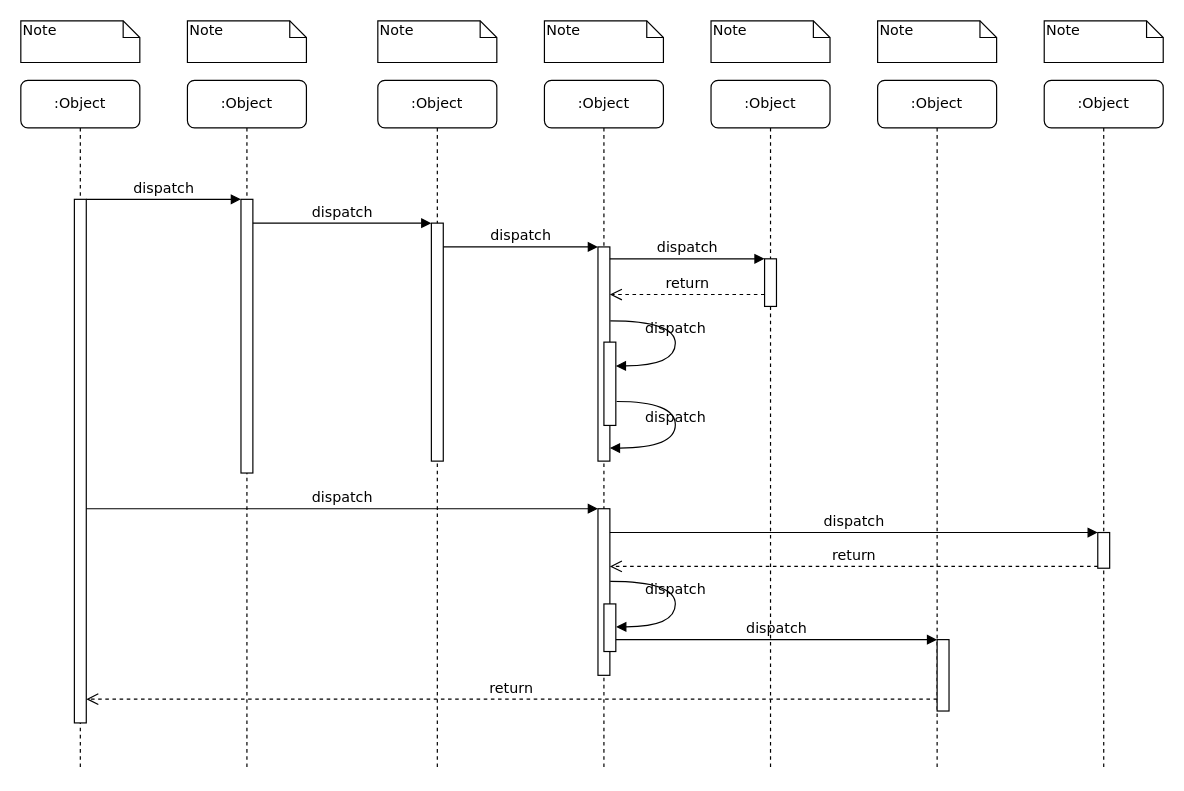
This is graduation_project_sequence_image.drawio from Kakoyi945/cloud, a draw.io file, before an edit. Source tidied: cells renumbered, new cells numbered last; positions are measured from the earlier drawing's top-left corner, leaving out a move shared by most shapes. Both pictures are drawn from the tidied source at 119%, with x=0, y=0 at pixel (20, 20).
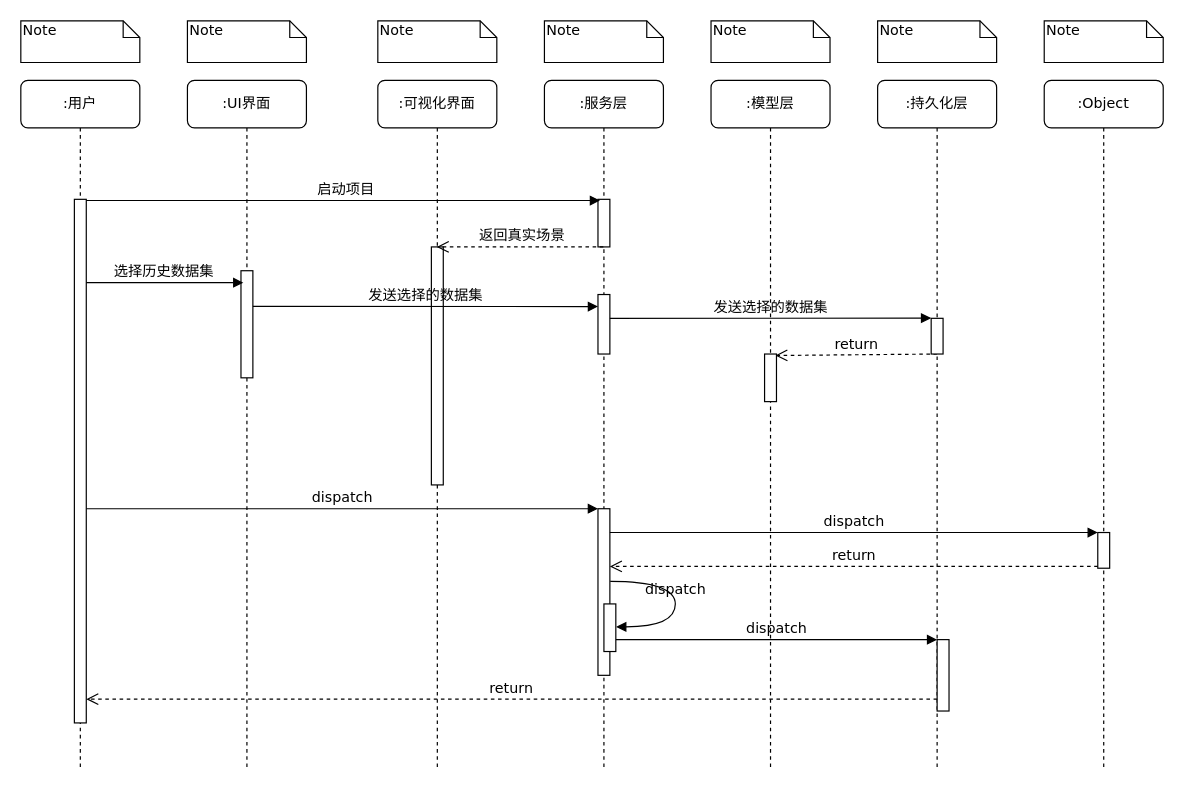
Above is the later version.

Unchanged cells that the change refers to:
```xml
<mxCell id="11" style="html=1;points=[];perimeter=orthogonalPerimeter;rounded=0;shadow=0;comic=0;labelBackgroundColor=none;strokeWidth=1;fontFamily=Verdana;fontSize=12;align=center;" parent="10" vertex="1">
  <mxGeometry x="45" y="100" width="10" height="440" as="geometry" />
</mxCell>
```

What changed in the source:
```diff
@@
-    <mxCell id="2" value=":Object" style="shape=umlLifeline;perimeter=lifelinePerimeter;whiteSpace=wrap;html=1;rounded=1;shadow=0;comic=0;labelBackgroundColor=none;strokeWidth=1;fontFamily=Verdana;fontSize=12;align=center;" parent="1" vertex="1">
+    <mxCell id="2" value=":UI界面" style="shape=umlLifeline;perimeter=lifelinePerimeter;whiteSpace=wrap;html=1;rounded=1;shadow=0;comic=0;labelBackgroundColor=none;strokeWidth=1;fontFamily=Verdana;fontSize=12;align=center;" parent="1" vertex="1">
       <mxGeometry x="140" y="50" width="100" height="580" as="geometry" />
     </mxCell>
     <mxCell id="3" style="html=1;points=[];perimeter=orthogonalPerimeter;rounded=0;shadow=0;comic=0;labelBackgroundColor=none;strokeWidth=1;fontFamily=Verdana;fontSize=12;align=center;" parent="2" vertex="1">
-      <mxGeometry x="45" y="100" width="10" height="230" as="geometry" />
+      <mxGeometry x="45" y="160" width="10" height="90" as="geometry" />
     </mxCell>
+    <mxCell id="39" value="选择历史数据集" style="html=1;verticalAlign=bottom;endArrow=block;labelBackgroundColor=none;fontFamily=Verdana;fontSize=12;edgeStyle=elbowEdgeStyle;elbow=vertical;entryX=0.197;entryY=0.106;entryDx=0;entryDy=0;entryPerimeter=0;" parent="2" edge="1" target="3">
+      <mxGeometry relative="1" as="geometry">
+        <mxPoint x="-87" y="170" as="sourcePoint" />
+      </mxGeometry>
+    </mxCell>
-    <mxCell id="4" value=":Object" style="shape=umlLifeline;perimeter=lifelinePerimeter;whiteSpace=wrap;html=1;outlineConnect=0;rounded=1;shadow=0;comic=0;labelBackgroundColor=none;strokeWidth=1;fontFamily=Verdana;fontSize=12;align=center;" parent="1" vertex="1">
+    <mxCell id="4" value=":可视化界面" style="shape=umlLifeline;perimeter=lifelinePerimeter;whiteSpace=wrap;html=1;outlineConnect=0;rounded=1;shadow=0;comic=0;labelBackgroundColor=none;strokeWidth=1;fontFamily=Verdana;fontSize=12;align=center;" parent="1" vertex="1">
       <mxGeometry x="300" y="50" width="100" height="580" as="geometry" />
     </mxCell>
     <mxCell id="5" style="html=1;points=[];perimeter=orthogonalPerimeter;rounded=0;shadow=0;comic=0;labelBackgroundColor=none;strokeWidth=1;fontFamily=Verdana;fontSize=12;align=center;" parent="4" vertex="1">
-      <mxGeometry x="45" y="120" width="10" height="200" as="geometry" />
+      <mxGeometry x="45" y="140" width="10" height="200" as="geometry" />
     </mxCell>
-    <mxCell id="6" value=":Object" style="shape=umlLifeline;perimeter=lifelinePerimeter;whiteSpace=wrap;html=1;outlineConnect=0;rounded=1;shadow=0;comic=0;labelBackgroundColor=none;strokeWidth=1;fontFamily=Verdana;fontSize=12;align=center;" parent="1" vertex="1">
+    <mxCell id="6" value=":服务层" style="shape=umlLifeline;perimeter=lifelinePerimeter;whiteSpace=wrap;html=1;outlineConnect=0;rounded=1;shadow=0;comic=0;labelBackgroundColor=none;strokeWidth=1;fontFamily=Verdana;fontSize=12;align=center;" parent="1" vertex="1">
       <mxGeometry x="440" y="50" width="100" height="580" as="geometry" />
     </mxCell>
+    <mxCell id="12" style="html=1;points=[];perimeter=orthogonalPerimeter;rounded=0;shadow=0;comic=0;labelBackgroundColor=none;strokeWidth=1;fontFamily=Verdana;fontSize=12;align=center;" parent="6" vertex="1">
+      <mxGeometry x="45" y="100" width="10" height="40" as="geometry" />
+    </mxCell>
+    <mxCell id="40" style="html=1;points=[];perimeter=orthogonalPerimeter;rounded=0;shadow=0;comic=0;labelBackgroundColor=none;strokeWidth=1;fontFamily=Verdana;fontSize=12;align=center;" parent="6" vertex="1">
+      <mxGeometry x="45" y="180" width="10" height="50" as="geometry" />
+    </mxCell>
+    <mxCell id="16" value="return" style="html=1;verticalAlign=bottom;endArrow=open;dashed=1;endSize=8;exitX=0;exitY=0.95;labelBackgroundColor=none;fontFamily=Verdana;fontSize=12;entryX=0.906;entryY=0.031;entryDx=0;entryDy=0;entryPerimeter=0;" parent="6" edge="1" target="14">
+      <mxGeometry relative="1" as="geometry">
+        <mxPoint x="330" y="230" as="sourcePoint" />
+      </mxGeometry>
+    </mxCell>
-    <mxCell id="7" value=":Object" style="shape=umlLifeline;perimeter=lifelinePerimeter;whiteSpace=wrap;html=1;rounded=1;shadow=0;comic=0;labelBackgroundColor=none;strokeWidth=1;fontFamily=Verdana;fontSize=12;align=center;" parent="1" vertex="1">
+    <mxCell id="7" value=":模型层" style="shape=umlLifeline;perimeter=lifelinePerimeter;whiteSpace=wrap;html=1;rounded=1;shadow=0;comic=0;labelBackgroundColor=none;strokeWidth=1;fontFamily=Verdana;fontSize=12;align=center;" parent="1" vertex="1">
       <mxGeometry x="580" y="50" width="100" height="580" as="geometry" />
     </mxCell>
+    <mxCell id="14" style="html=1;points=[];perimeter=orthogonalPerimeter;rounded=0;shadow=0;comic=0;labelBackgroundColor=none;strokeWidth=1;fontFamily=Verdana;fontSize=12;align=center;" parent="7" vertex="1">
+      <mxGeometry x="45" y="230" width="10" height="40" as="geometry" />
+    </mxCell>
-    <mxCell id="8" value=":Object" style="shape=umlLifeline;perimeter=lifelinePerimeter;whiteSpace=wrap;html=1;rounded=1;shadow=0;comic=0;labelBackgroundColor=none;strokeWidth=1;fontFamily=Verdana;fontSize=12;align=center;" parent="1" vertex="1">
+    <mxCell id="8" value=":持久化层" style="shape=umlLifeline;perimeter=lifelinePerimeter;whiteSpace=wrap;html=1;rounded=1;shadow=0;comic=0;labelBackgroundColor=none;strokeWidth=1;fontFamily=Verdana;fontSize=12;align=center;" parent="1" vertex="1">
       <mxGeometry x="720" y="50" width="100" height="580" as="geometry" />
     </mxCell>
+    <mxCell id="41" style="html=1;points=[];perimeter=orthogonalPerimeter;rounded=0;shadow=0;comic=0;labelBackgroundColor=none;strokeWidth=1;fontFamily=Verdana;fontSize=12;align=center;" parent="8" vertex="1">
+      <mxGeometry x="45" y="200" width="10" height="30" as="geometry" />
+    </mxCell>
@@
-    <mxCell id="10" value=":Object" style="shape=umlLifeline;perimeter=lifelinePerimeter;whiteSpace=wrap;html=1;rounded=1;shadow=0;comic=0;labelBackgroundColor=none;strokeWidth=1;fontFamily=Verdana;fontSize=12;align=center;" parent="1" vertex="1">
+    <mxCell id="10" value=":用户" style="shape=umlLifeline;perimeter=lifelinePerimeter;whiteSpace=wrap;html=1;rounded=1;shadow=0;comic=0;labelBackgroundColor=none;strokeWidth=1;fontFamily=Verdana;fontSize=12;align=center;" parent="1" vertex="1">
       <mxGeometry y="50" width="100" height="580" as="geometry" />
     </mxCell>
@@
-    <mxCell id="12" style="html=1;points=[];perimeter=orthogonalPerimeter;rounded=0;shadow=0;comic=0;labelBackgroundColor=none;strokeWidth=1;fontFamily=Verdana;fontSize=12;align=center;" parent="1" vertex="1">
-      <mxGeometry x="485" y="190" width="10" height="180" as="geometry" />
-    </mxCell>
-    <mxCell id="13" value="dispatch" style="html=1;verticalAlign=bottom;endArrow=block;labelBackgroundColor=none;fontFamily=Verdana;fontSize=12;edgeStyle=elbowEdgeStyle;elbow=vertical;" parent="1" edge="1" source="5" target="12">
-      <mxGeometry relative="1" as="geometry">
-        <Array as="points">
-          <mxPoint x="360" y="190" />
-        </Array>
-      </mxGeometry>
-    </mxCell>
-    <mxCell id="14" style="html=1;points=[];perimeter=orthogonalPerimeter;rounded=0;shadow=0;comic=0;labelBackgroundColor=none;strokeWidth=1;fontFamily=Verdana;fontSize=12;align=center;" parent="1" vertex="1">
-      <mxGeometry x="625" y="200" width="10" height="40" as="geometry" />
-    </mxCell>
-    <mxCell id="15" value="dispatch" style="html=1;verticalAlign=bottom;endArrow=block;entryX=0;entryY=0;labelBackgroundColor=none;fontFamily=Verdana;fontSize=12;edgeStyle=elbowEdgeStyle;elbow=vertical;" parent="1" edge="1" source="12" target="14">
-      <mxGeometry relative="1" as="geometry" />
-    </mxCell>
-    <mxCell id="16" value="return" style="html=1;verticalAlign=bottom;endArrow=open;dashed=1;endSize=8;labelBackgroundColor=none;fontFamily=Verdana;fontSize=12;edgeStyle=elbowEdgeStyle;elbow=vertical;" parent="1" edge="1" source="14" target="12">
-      <mxGeometry relative="1" as="geometry">
-        <Array as="points">
-          <mxPoint x="570" y="230" />
-          <mxPoint x="600" y="230" />
-        </Array>
-      </mxGeometry>
-    </mxCell>
@@
-    <mxCell id="25" value="dispatch" style="html=1;verticalAlign=bottom;endArrow=block;entryX=0;entryY=0;labelBackgroundColor=none;fontFamily=Verdana;fontSize=12;edgeStyle=elbowEdgeStyle;elbow=vertical;" parent="1" edge="1" source="11" target="3">
-      <mxGeometry relative="1" as="geometry" />
+    <mxCell id="25" value="启动项目" style="html=1;verticalAlign=bottom;endArrow=block;labelBackgroundColor=none;fontFamily=Verdana;fontSize=12;edgeStyle=elbowEdgeStyle;elbow=vertical;entryX=0.171;entryY=0.013;entryDx=0;entryDy=0;entryPerimeter=0;" parent="1" edge="1" source="11" target="12">
+      <mxGeometry x="0.01" relative="1" as="geometry" />
     </mxCell>
-    <mxCell id="26" value="dispatch" style="html=1;verticalAlign=bottom;endArrow=block;entryX=0;entryY=0;labelBackgroundColor=none;fontFamily=Verdana;fontSize=12;edgeStyle=elbowEdgeStyle;elbow=vertical;" parent="1" edge="1" source="3" target="5">
-      <mxGeometry relative="1" as="geometry" />
-    </mxCell>
-    <mxCell id="27" style="html=1;points=[];perimeter=orthogonalPerimeter;rounded=0;shadow=0;comic=0;labelBackgroundColor=none;strokeWidth=1;fontFamily=Verdana;fontSize=12;align=center;" parent="1" vertex="1">
-      <mxGeometry x="490" y="270" width="10" height="70" as="geometry" />
-    </mxCell>
-    <mxCell id="28" value="dispatch" style="html=1;verticalAlign=bottom;endArrow=block;labelBackgroundColor=none;fontFamily=Verdana;fontSize=12;elbow=vertical;edgeStyle=orthogonalEdgeStyle;curved=1;entryX=1;entryY=0.286;entryPerimeter=0;exitX=1.038;exitY=0.345;exitPerimeter=0;" parent="1" edge="1" source="12" target="27">
-      <mxGeometry relative="1" as="geometry">
-        <Array as="points">
-          <mxPoint x="550" y="252" />
-          <mxPoint x="550" y="290" />
-        </Array>
-      </mxGeometry>
-    </mxCell>
-    <mxCell id="29" value="dispatch" style="html=1;verticalAlign=bottom;endArrow=block;labelBackgroundColor=none;fontFamily=Verdana;fontSize=12;elbow=vertical;edgeStyle=orthogonalEdgeStyle;curved=1;exitX=1.066;exitY=0.713;exitPerimeter=0;" parent="1" edge="1" source="27">
-      <mxGeometry relative="1" as="geometry">
-        <mxPoint x="495" y="359" as="targetPoint" />
-        <Array as="points">
-          <mxPoint x="550" y="320" />
-          <mxPoint x="550" y="359" />
-        </Array>
-      </mxGeometry>
-    </mxCell>
@@
+    <mxCell id="42" value="返回真实场景" style="html=1;verticalAlign=bottom;endArrow=open;dashed=1;endSize=8;labelBackgroundColor=none;fontFamily=Verdana;fontSize=12;" parent="1" edge="1" source="6" target="4">
+      <mxGeometry x="-0.01" relative="1" as="geometry">
+        <Array as="points">
+          <mxPoint x="420" y="190" />
+        </Array>
+      </mxGeometry>
+    </mxCell>
+    <mxCell id="43" value="发送选择的数据集" style="html=1;verticalAlign=bottom;endArrow=block;labelBackgroundColor=none;fontFamily=Verdana;fontSize=12;entryX=0.003;entryY=0.202;entryDx=0;entryDy=0;entryPerimeter=0;" parent="1" edge="1" target="40">
+      <mxGeometry relative="1" as="geometry">
+        <mxPoint x="195" y="240" as="sourcePoint" />
+      </mxGeometry>
+    </mxCell>
+    <mxCell id="44" value="发送选择的数据集" style="html=1;verticalAlign=bottom;endArrow=block;labelBackgroundColor=none;fontFamily=Verdana;fontSize=12;entryX=-0.004;entryY=-0.006;entryDx=0;entryDy=0;entryPerimeter=0;" parent="1" edge="1" target="41">
+      <mxGeometry relative="1" as="geometry">
+        <mxPoint x="495" y="250" as="sourcePoint" />
+      </mxGeometry>
+    </mxCell>
```
